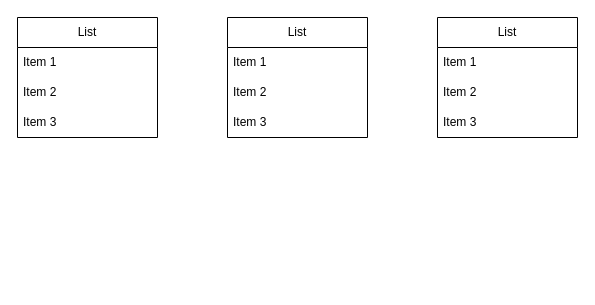
Before: 05 05/talves.drawio in RafaelB855/Atividades-de-Sala-UC2, a draw.io diagram. Source tidied: cells renumbered, new cells numbered last; positions are measured from the earlier drawing's top-left corner, leaving out a move shared by most shapes. Both pictures are drawn from the tidied source at 100%, with x=0, y=0 at pixel (17, 17).
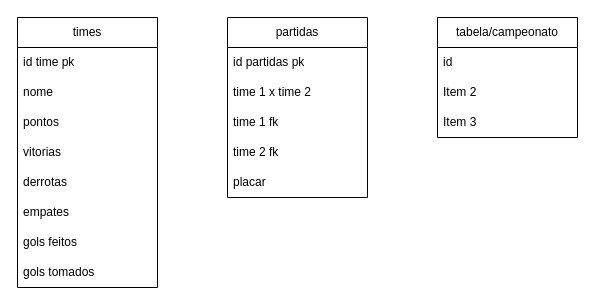
The same page after the edit.

What changed in the source:
```diff
@@
-    <mxCell id="2" value="List" style="swimlane;fontStyle=0;horizontal=1;startSize=30;whiteSpace=wrap;html=1;" parent="1" vertex="1">
-      <mxGeometry width="140" height="120" as="geometry" />
+    <mxCell id="2" value="times" style="swimlane;fontStyle=0;horizontal=1;startSize=30;whiteSpace=wrap;html=1;" parent="1" vertex="1">
+      <mxGeometry width="140" height="270" as="geometry" />
     </mxCell>
-    <mxCell id="3" value="Item 1" style="text;strokeColor=none;fillColor=none;align=left;verticalAlign=middle;spacingLeft=4;spacingRight=4;overflow=hidden;whiteSpace=wrap;html=1;" parent="2" vertex="1">
+    <mxCell id="3" value="id time pk" style="text;strokeColor=none;fillColor=none;align=left;verticalAlign=middle;spacingLeft=4;spacingRight=4;overflow=hidden;whiteSpace=wrap;html=1;" parent="2" vertex="1">
       <mxGeometry y="30" width="140" height="30" as="geometry" />
     </mxCell>
-    <mxCell id="4" value="Item 2" style="text;strokeColor=none;fillColor=none;align=left;verticalAlign=middle;spacingLeft=4;spacingRight=4;overflow=hidden;whiteSpace=wrap;html=1;" parent="2" vertex="1">
+    <mxCell id="4" value="nome" style="text;strokeColor=none;fillColor=none;align=left;verticalAlign=middle;spacingLeft=4;spacingRight=4;overflow=hidden;whiteSpace=wrap;html=1;" parent="2" vertex="1">
       <mxGeometry y="60" width="140" height="30" as="geometry" />
     </mxCell>
+    <mxCell id="14" value="pontos" style="text;strokeColor=none;fillColor=none;align=left;verticalAlign=middle;spacingLeft=4;spacingRight=4;overflow=hidden;whiteSpace=wrap;html=1;" parent="2" vertex="1">
+      <mxGeometry y="90" width="140" height="30" as="geometry" />
+    </mxCell>
+    <mxCell id="15" value="vitorias" style="text;strokeColor=none;fillColor=none;align=left;verticalAlign=middle;spacingLeft=4;spacingRight=4;overflow=hidden;whiteSpace=wrap;html=1;" parent="2" vertex="1">
+      <mxGeometry y="120" width="140" height="30" as="geometry" />
+    </mxCell>
+    <mxCell id="16" value="derrotas" style="text;strokeColor=none;fillColor=none;align=left;verticalAlign=middle;spacingLeft=4;spacingRight=4;overflow=hidden;whiteSpace=wrap;html=1;" parent="2" vertex="1">
+      <mxGeometry y="150" width="140" height="30" as="geometry" />
+    </mxCell>
+    <mxCell id="17" value="empates" style="text;strokeColor=none;fillColor=none;align=left;verticalAlign=middle;spacingLeft=4;spacingRight=4;overflow=hidden;whiteSpace=wrap;html=1;" parent="2" vertex="1">
+      <mxGeometry y="180" width="140" height="30" as="geometry" />
+    </mxCell>
+    <mxCell id="18" value="gols feitos" style="text;strokeColor=none;fillColor=none;align=left;verticalAlign=middle;spacingLeft=4;spacingRight=4;overflow=hidden;whiteSpace=wrap;html=1;" parent="2" vertex="1">
+      <mxGeometry y="210" width="140" height="30" as="geometry" />
+    </mxCell>
-    <mxCell id="5" value="Item 3" style="text;strokeColor=none;fillColor=none;align=left;verticalAlign=middle;spacingLeft=4;spacingRight=4;overflow=hidden;whiteSpace=wrap;html=1;" parent="2" vertex="1">
-      <mxGeometry y="90" width="140" height="30" as="geometry" />
+    <mxCell id="5" value="gols tomados" style="text;strokeColor=none;fillColor=none;align=left;verticalAlign=middle;spacingLeft=4;spacingRight=4;overflow=hidden;whiteSpace=wrap;html=1;" parent="2" vertex="1">
+      <mxGeometry y="240" width="140" height="30" as="geometry" />
     </mxCell>
-    <mxCell id="6" value="List" style="swimlane;fontStyle=0;horizontal=1;startSize=30;whiteSpace=wrap;html=1;" parent="1" vertex="1">
-      <mxGeometry x="210" width="140" height="120" as="geometry" />
+    <mxCell id="6" value="partidas" style="swimlane;fontStyle=0;horizontal=1;startSize=30;whiteSpace=wrap;html=1;" parent="1" vertex="1">
+      <mxGeometry x="210" width="140" height="180" as="geometry" />
     </mxCell>
-    <mxCell id="7" value="Item 1" style="text;strokeColor=none;fillColor=none;align=left;verticalAlign=middle;spacingLeft=4;spacingRight=4;overflow=hidden;whiteSpace=wrap;html=1;" parent="6" vertex="1">
+    <mxCell id="7" value="id partidas pk" style="text;strokeColor=none;fillColor=none;align=left;verticalAlign=middle;spacingLeft=4;spacingRight=4;overflow=hidden;whiteSpace=wrap;html=1;" parent="6" vertex="1">
       <mxGeometry y="30" width="140" height="30" as="geometry" />
     </mxCell>
+    <mxCell id="19" value="time 1 x time 2" style="text;strokeColor=none;fillColor=none;align=left;verticalAlign=middle;spacingLeft=4;spacingRight=4;overflow=hidden;whiteSpace=wrap;html=1;" parent="6" vertex="1">
+      <mxGeometry y="60" width="140" height="30" as="geometry" />
+    </mxCell>
-    <mxCell id="8" value="Item 2" style="text;strokeColor=none;fillColor=none;align=left;verticalAlign=middle;spacingLeft=4;spacingRight=4;overflow=hidden;whiteSpace=wrap;html=1;" parent="6" vertex="1">
-      <mxGeometry y="60" width="140" height="30" as="geometry" />
+    <mxCell id="8" value="time 1 fk" style="text;strokeColor=none;fillColor=none;align=left;verticalAlign=middle;spacingLeft=4;spacingRight=4;overflow=hidden;whiteSpace=wrap;html=1;" parent="6" vertex="1">
+      <mxGeometry y="90" width="140" height="30" as="geometry" />
     </mxCell>
-    <mxCell id="9" value="Item 3" style="text;strokeColor=none;fillColor=none;align=left;verticalAlign=middle;spacingLeft=4;spacingRight=4;overflow=hidden;whiteSpace=wrap;html=1;" parent="6" vertex="1">
-      <mxGeometry y="90" width="140" height="30" as="geometry" />
-    </mxCell>
+    <mxCell id="20" value="time 2 fk" style="text;strokeColor=none;fillColor=none;align=left;verticalAlign=middle;spacingLeft=4;spacingRight=4;overflow=hidden;whiteSpace=wrap;html=1;" parent="6" vertex="1">
+      <mxGeometry y="120" width="140" height="30" as="geometry" />
+    </mxCell>
+    <mxCell id="21" value="placar" style="text;strokeColor=none;fillColor=none;align=left;verticalAlign=middle;spacingLeft=4;spacingRight=4;overflow=hidden;whiteSpace=wrap;html=1;" parent="6" vertex="1">
+      <mxGeometry y="150" width="140" height="30" as="geometry" />
+    </mxCell>
-    <mxCell id="10" value="List" style="swimlane;fontStyle=0;horizontal=1;startSize=30;whiteSpace=wrap;html=1;" parent="1" vertex="1">
+    <mxCell id="10" value="tabela/campeonato" style="swimlane;fontStyle=0;horizontal=1;startSize=30;whiteSpace=wrap;html=1;" parent="1" vertex="1">
       <mxGeometry x="420" width="140" height="120" as="geometry" />
     </mxCell>
-    <mxCell id="11" value="Item 1" style="text;strokeColor=none;fillColor=none;align=left;verticalAlign=middle;spacingLeft=4;spacingRight=4;overflow=hidden;whiteSpace=wrap;html=1;" parent="10" vertex="1">
+    <mxCell id="11" value="id&amp;nbsp;" style="text;strokeColor=none;fillColor=none;align=left;verticalAlign=middle;spacingLeft=4;spacingRight=4;overflow=hidden;whiteSpace=wrap;html=1;" parent="10" vertex="1">
       <mxGeometry y="30" width="140" height="30" as="geometry" />
     </mxCell>
```
